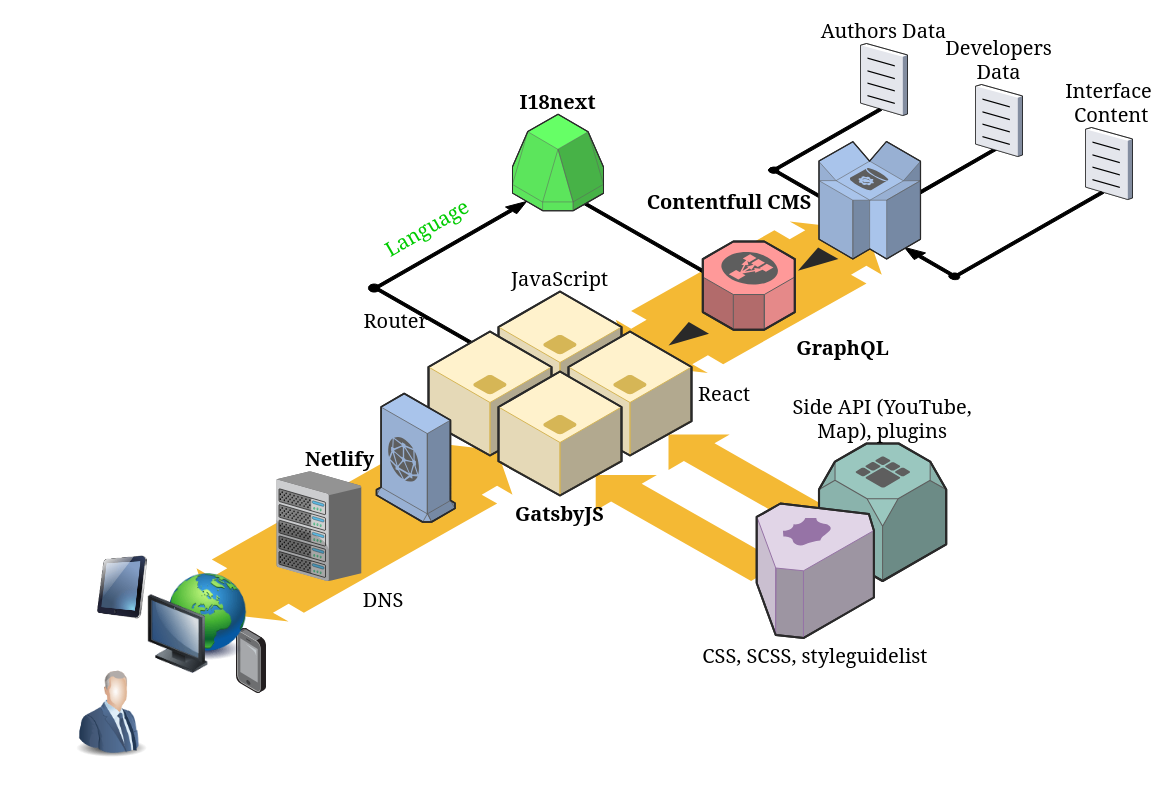
The draw.io diagram techno.drawio in Musmen/js-edu, before the edit. Source tidied: cells renumbered, new cells numbered last; positions are measured from the earlier drawing's top-left corner, leaving out a move shared by most shapes. Both pictures are drawn from the tidied source at 100%, with x=0, y=0 at pixel (66, 43).
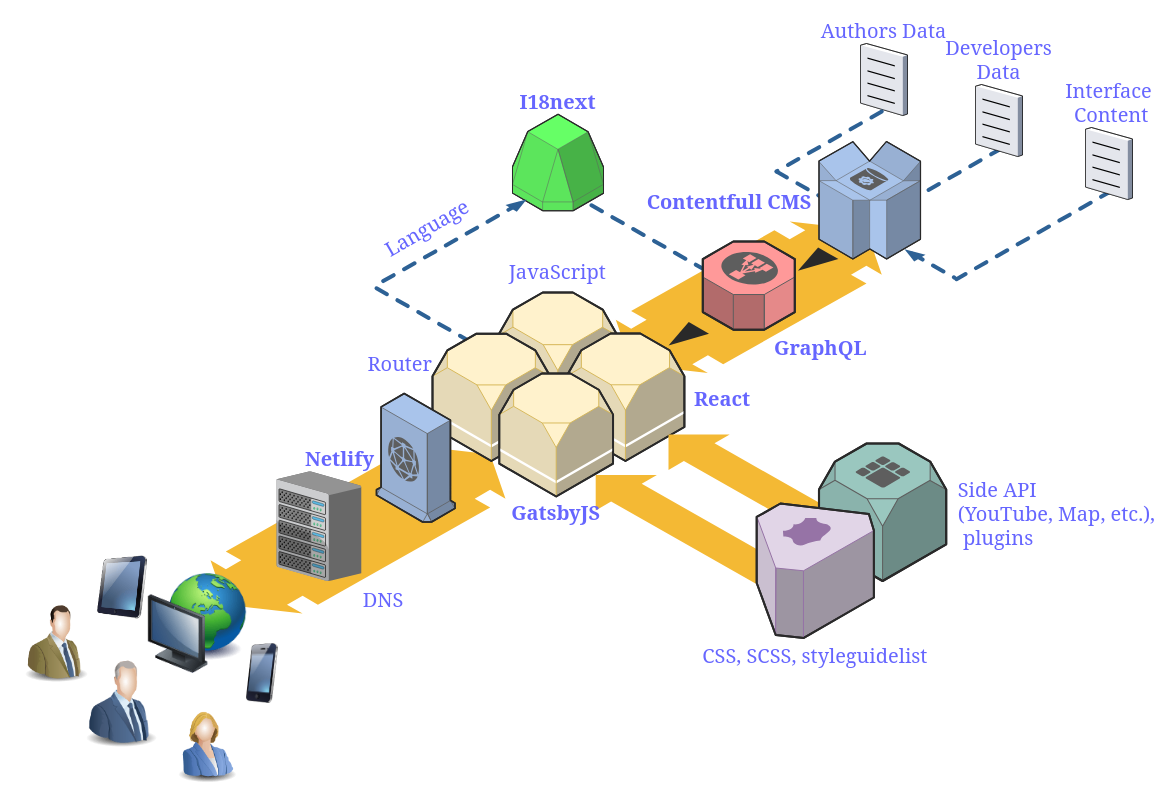
The same page after the edit.

Diff of the diagram source:
```diff
@@
-<mxGraphModel background="#ffffff">
+<mxGraphModel>
@@
+    <mxCell id="25" style="verticalLabelPosition=bottom;html=1;verticalAlign=top;strokeWidth=1;align=center;dashed=0;shape=mxgraph.aws3d.flatEdge;fillColor=#000000;fontFamily=Georgia;fontSize=20;fontColor=#6666FF;flipH=1;" parent="1" vertex="1">
+      <mxGeometry x="529.2" y="431.5" width="190.5" height="108.5" as="geometry" />
+    </mxCell>
+    <mxCell id="18" value="JavaScript&#10;" style="verticalLabelPosition=top;verticalAlign=bottom;strokeWidth=1;align=center;dashed=0;shape=mxgraph.aws3d.rds;fillColor=#fff2cc;strokeColor=#d6b656;labelBackgroundColor=none;fontFamily=Georgia;fontSize=20;fontColor=#6666FF;labelPosition=center;spacingTop=0;spacingBottom=-16;" parent="1" vertex="1">
+      <mxGeometry x="431.3" y="249" width="120" height="129.7" as="geometry" />
+    </mxCell>
+    <mxCell id="5" style="verticalLabelPosition=bottom;html=1;verticalAlign=top;strokeWidth=1;align=center;dashed=0;shape=mxgraph.aws3d.flatDoubleEdge;fillColor=#000000;fontFamily=Georgia;fontSize=20;fontColor=#6666FF;direction=west;flipH=1;" parent="1" vertex="1">
+      <mxGeometry x="549.3" y="178" width="266" height="151.5" as="geometry" />
+    </mxCell>
+    <mxCell id="20" value="React" style="verticalLabelPosition=middle;verticalAlign=middle;strokeWidth=1;align=left;dashed=0;shape=mxgraph.aws3d.rds;fillColor=#fff2cc;strokeColor=#d6b656;labelBackgroundColor=none;fontFamily=Georgia;fontSize=20;fontColor=#6666FF;spacing=0;spacingTop=0;spacingBottom=0;spacingRight=0;labelPosition=right;fontStyle=1;spacingLeft=10;" parent="1" vertex="1">
+      <mxGeometry x="500" y="290" width="117.9" height="127.5" as="geometry" />
+    </mxCell>
+    <mxCell id="4" style="verticalLabelPosition=bottom;html=1;verticalAlign=top;strokeWidth=1;align=center;dashed=0;shape=mxgraph.aws3d.flatDoubleEdge;fillColor=#000000;fontFamily=Georgia;fontSize=20;fontColor=#6666FF;direction=west;flipH=1;" parent="1" vertex="1">
+      <mxGeometry x="144" y="402" width="295" height="168" as="geometry" />
+    </mxCell>
+    <mxCell id="35" style="verticalLabelPosition=bottom;html=1;verticalAlign=top;strokeWidth=1;align=center;dashed=0;shape=mxgraph.aws3d.dashedArrowlessEdge;fillColor=#000000;shadow=0;labelBackgroundColor=none;fontFamily=Georgia;fontSize=20;fontColor=#6666FF;" parent="1" vertex="1">
+      <mxGeometry x="310" y="244.8" width="130" height="74" as="geometry" />
+    </mxCell>
+    <mxCell id="19" value="Router" style="verticalLabelPosition=middle;verticalAlign=middle;strokeWidth=1;align=right;dashed=0;shape=mxgraph.aws3d.rds;fillColor=#fff2cc;strokeColor=#d6b656;labelBackgroundColor=none;fontFamily=Georgia;fontSize=20;fontColor=#6666FF;spacing=0;spacingTop=0;spacingBottom=70;spacingRight=0;labelPosition=left;" parent="1" vertex="1">
+      <mxGeometry x="366" y="290.2" width="117.7" height="127.3" as="geometry" />
+    </mxCell>
+    <mxCell id="36" style="verticalLabelPosition=bottom;html=1;verticalAlign=top;strokeWidth=1;align=center;dashed=0;shape=mxgraph.aws3d.dashedArrowlessEdge;fillColor=#000000;shadow=0;labelBackgroundColor=none;fontFamily=Georgia;fontSize=20;fontColor=#6666FF;flipH=1;" parent="1" vertex="1">
+      <mxGeometry x="890" y="147.4" width="155" height="88.3" as="geometry" />
+    </mxCell>
+    <mxCell id="37" style="verticalLabelPosition=bottom;html=1;verticalAlign=top;strokeWidth=1;align=center;dashed=0;shape=mxgraph.aws3d.dashedArrowlessEdge;fillColor=#000000;shadow=0;labelBackgroundColor=none;fontFamily=Georgia;fontSize=20;fontColor=#6666FF;flipH=1;" parent="1" vertex="1">
+      <mxGeometry x="810" y="104.9" width="125" height="71.2" as="geometry" />
+    </mxCell>
+    <mxCell id="38" style="verticalLabelPosition=bottom;html=1;verticalAlign=top;strokeWidth=1;align=center;dashed=0;shape=mxgraph.aws3d.dashedArrowlessEdge;fillColor=#000000;shadow=0;labelBackgroundColor=none;fontFamily=Georgia;fontSize=20;fontColor=#6666FF;" parent="1" vertex="1">
+      <mxGeometry x="710" y="128" width="51.6" height="29.4" as="geometry" />
+    </mxCell>
+    <mxCell id="39" style="verticalLabelPosition=bottom;html=1;verticalAlign=top;strokeWidth=1;align=center;dashed=0;shape=mxgraph.aws3d.dashedArrowlessEdge;fillColor=#000000;shadow=0;labelBackgroundColor=none;fontFamily=Georgia;fontSize=20;fontColor=#6666FF;" parent="1" vertex="1">
+      <mxGeometry x="525" y="161.8" width="130" height="74" as="geometry" />
+    </mxCell>
-    <mxCell id="2" style="verticalLabelPosition=bottom;html=1;verticalAlign=top;strokeWidth=1;align=center;dashed=0;shape=mxgraph.aws3d.flatEdge;fillColor=#000000;fontFamily=Georgia;fontSize=20;fontColor=#66FF66;flipH=1;" parent="1" vertex="1">
+    <mxCell id="2" style="verticalLabelPosition=bottom;html=1;verticalAlign=top;strokeWidth=1;align=center;dashed=0;shape=mxgraph.aws3d.flatEdge;fillColor=#000000;fontFamily=Georgia;fontSize=20;fontColor=#6666FF;flipH=1;" parent="1" vertex="1">
       <mxGeometry x="602" y="391" width="186.1" height="106" as="geometry" />
     </mxCell>
-    <mxCell id="3" value="Side API (YouTube,&#10;Map), plugins" style="verticalLabelPosition=top;verticalAlign=bottom;strokeWidth=1;align=center;dashed=0;shape=mxgraph.aws3d.elasticMapReduce;fillColor=#9AC7BF;strokeColor=#5E5E5E;shadow=0;labelBackgroundColor=none;fontFamily=Georgia;fontSize=20;fontColor=#000000;labelPosition=center;spacingTop=0;" parent="1" vertex="1">
+    <mxCell id="3" value="Side API&#10;(YouTube, Map, etc.),&#10; plugins" style="verticalLabelPosition=middle;verticalAlign=middle;strokeWidth=1;align=left;dashed=0;shape=mxgraph.aws3d.elasticMapReduce;fillColor=#9AC7BF;strokeColor=#5E5E5E;shadow=0;labelBackgroundColor=none;fontFamily=Georgia;fontSize=20;fontColor=#6666FF;labelPosition=right;spacingTop=0;spacingLeft=10;" parent="1" vertex="1">
       <mxGeometry x="752.5" y="400" width="127.2" height="137.5" as="geometry" />
     </mxCell>
-    <mxCell id="4" style="verticalLabelPosition=bottom;html=1;verticalAlign=top;strokeWidth=1;align=center;dashed=0;shape=mxgraph.aws3d.flatDoubleEdge;fillColor=#000000;fontFamily=Georgia;fontSize=20;fontColor=#A680B8;direction=west;flipH=1;" parent="1" vertex="1">
-      <mxGeometry x="130" y="398" width="316" height="180" as="geometry" />
-    </mxCell>
-    <mxCell id="5" style="verticalLabelPosition=bottom;html=1;verticalAlign=top;strokeWidth=1;align=center;dashed=0;shape=mxgraph.aws3d.flatDoubleEdge;fillColor=#000000;fontFamily=Georgia;fontSize=20;fontColor=#A680B8;direction=west;flipH=1;" parent="1" vertex="1">
-      <mxGeometry x="549.3" y="178" width="266" height="151.5" as="geometry" />
-    </mxCell>
-    <mxCell id="6" style="verticalLabelPosition=bottom;html=1;verticalAlign=top;strokeWidth=1;align=center;dashed=0;shape=mxgraph.aws3d.arrowSE;fillColor=#000000;fontFamily=Georgia;fontSize=20;fontColor=#000000;" parent="1" vertex="1">
-      <mxGeometry x="510.9" y="156" width="161" height="92" as="geometry" />
-    </mxCell>
-    <mxCell id="7" style="verticalLabelPosition=bottom;html=1;verticalAlign=top;strokeWidth=1;align=center;dashed=0;shape=mxgraph.aws3d.arrowSE;fillColor=#000000;fontFamily=Georgia;fontSize=20;fontColor=#000000;" parent="1" vertex="1">
-      <mxGeometry x="302" y="240.8" width="152.7" height="87.2" as="geometry" />
-    </mxCell>
-    <mxCell id="8" style="verticalLabelPosition=bottom;html=1;verticalAlign=top;strokeWidth=1;align=center;dashed=0;shape=mxgraph.aws3d.arrowSW;fillColor=#000000;fontFamily=Georgia;fontSize=20;fontColor=#A680B8;" parent="1" vertex="1">
-      <mxGeometry x="832" y="101.1" width="105.5" height="60.3" as="geometry" />
-    </mxCell>
-    <mxCell id="9" style="verticalLabelPosition=bottom;html=1;verticalAlign=top;strokeWidth=1;align=center;dashed=0;shape=mxgraph.aws3d.arrowSE;fillColor=#000000;fontFamily=Georgia;fontSize=20;" parent="1" vertex="1">
-      <mxGeometry x="702" y="123.8" width="105.3" height="60.2" as="geometry" />
-    </mxCell>
-    <mxCell id="10" value="Authors Data" style="verticalLabelPosition=top;verticalAlign=bottom;strokeColor=none;align=center;shape=mxgraph.citrix.document;fillColor=#99FFFF;fontFamily=Georgia;fontSize=20;labelPosition=center;" parent="1" vertex="1">
+    <mxCell id="10" value="Authors Data" style="verticalLabelPosition=top;verticalAlign=bottom;strokeColor=none;align=center;shape=mxgraph.citrix.document;fillColor=#99FFFF;fontFamily=Georgia;fontSize=20;labelPosition=center;fontColor=#6666FF;" parent="1" vertex="1">
       <mxGeometry x="794" width="47" height="72" as="geometry" />
     </mxCell>
-    <mxCell id="11" value="Developers&#10;Data" style="verticalLabelPosition=top;verticalAlign=bottom;strokeColor=none;align=center;shape=mxgraph.citrix.document;fillColor=#99FFFF;fontFamily=Georgia;fontSize=20;horizontal=1;labelPosition=center;" parent="1" vertex="1">
+    <mxCell id="11" value="Developers&#10;Data" style="verticalLabelPosition=top;verticalAlign=bottom;strokeColor=none;align=center;shape=mxgraph.citrix.document;fillColor=#99FFFF;fontFamily=Georgia;fontSize=20;horizontal=1;labelPosition=center;fontColor=#6666FF;" parent="1" vertex="1">
       <mxGeometry x="909" y="41" width="47" height="72" as="geometry" />
     </mxCell>
-    <mxCell id="12" value="Interface&#10; Content" style="verticalLabelPosition=top;verticalAlign=bottom;strokeColor=none;align=center;shape=mxgraph.citrix.document;fillColor=#99FFFF;fontFamily=Georgia;fontSize=20;horizontal=1;labelPosition=center;" parent="1" vertex="1">
+    <mxCell id="12" value="Interface&#10; Content" style="verticalLabelPosition=top;verticalAlign=bottom;strokeColor=none;align=center;shape=mxgraph.citrix.document;fillColor=#99FFFF;fontFamily=Georgia;fontSize=20;horizontal=1;labelPosition=center;fontColor=#6666FF;" parent="1" vertex="1">
       <mxGeometry x="1019" y="84" width="47" height="72" as="geometry" />
     </mxCell>
-    <mxCell id="13" style="verticalLabelPosition=bottom;html=1;verticalAlign=top;strokeWidth=1;align=center;dashed=0;shape=mxgraph.aws3d.arrowlessNE;fillColor=#000000;fontFamily=Georgia;fontSize=20;" parent="1" vertex="1">
-      <mxGeometry x="702" y="65" width="113.3" height="64.5" as="geometry" />
-    </mxCell>
-    <mxCell id="14" style="verticalLabelPosition=bottom;html=1;verticalAlign=top;strokeWidth=1;align=center;dashed=0;shape=mxgraph.aws3d.arrowlessNE;fillColor=#000000;fontFamily=Georgia;fontSize=20;" parent="1" vertex="1">
-      <mxGeometry x="883" y="148" width="154.3" height="87.9" as="geometry" />
-    </mxCell>
-    <mxCell id="15" style="verticalLabelPosition=bottom;html=1;verticalAlign=top;strokeWidth=1;align=center;dashed=0;shape=mxgraph.aws3d.arrowNW;fillColor=#000000;fontFamily=Georgia;fontSize=20;fontColor=#A680B8;" parent="1" vertex="1">
-      <mxGeometry x="838" y="203.9" width="54.5" height="31.1" as="geometry" />
-    </mxCell>
-    <mxCell id="16" value="Contentfull CMS" style="verticalLabelPosition=middle;verticalAlign=middle;strokeWidth=1;align=right;dashed=0;shape=mxgraph.aws3d.dynamoDb;fillColor=#A9C4EB;strokeColor=#5E5E5E;fontFamily=Georgia;fontSize=20;labelPosition=left;spacingRight=5;fontStyle=1;" parent="1" vertex="1">
+    <mxCell id="16" value="Contentfull CMS" style="verticalLabelPosition=middle;verticalAlign=middle;strokeWidth=1;align=right;dashed=0;shape=mxgraph.aws3d.dynamoDb;fillColor=#A9C4EB;strokeColor=#5E5E5E;fontFamily=Georgia;fontSize=20;labelPosition=left;spacingRight=5;fontStyle=1;fontColor=#6666FF;" parent="1" vertex="1">
       <mxGeometry x="752.5" y="98" width="101.5" height="117.4" as="geometry" />
     </mxCell>
-    <mxCell id="17" value="GraphQL" style="verticalLabelPosition=bottom;verticalAlign=top;strokeWidth=1;align=left;dashed=0;shape=mxgraph.aws3d.elasticLoadBalancing;fillColor=#FF9999;strokeColor=#5E5E5E;fontFamily=Georgia;fontSize=20;fontColor=#000000;flipH=1;flipV=1;rotation=0;direction=west;labelPosition=right;spacingRight=0;fontStyle=1;" parent="1" vertex="1">
+    <mxCell id="17" value="GraphQL" style="verticalLabelPosition=bottom;verticalAlign=top;strokeWidth=1;align=center;dashed=0;shape=mxgraph.aws3d.elasticLoadBalancing;fillColor=#FF9999;strokeColor=#5E5E5E;fontFamily=Georgia;fontSize=20;fontColor=#6666FF;flipH=1;flipV=1;rotation=0;direction=west;labelPosition=right;spacingRight=40;fontStyle=1;" parent="1" vertex="1">
       <mxGeometry x="636.3" y="198" width="92" height="88.2" as="geometry" />
     </mxCell>
-    <mxCell id="18" value="JavaScript" style="verticalLabelPosition=top;verticalAlign=bottom;strokeWidth=1;align=center;dashed=0;shape=mxgraph.aws3d.application_server;fillColor=#fff2cc;strokeColor=#d6b656;fontFamily=Georgia;fontSize=20;labelPosition=center;" parent="1" vertex="1">
-      <mxGeometry x="432" y="248" width="123" height="124" as="geometry" />
-    </mxCell>
-    <mxCell id="19" value="Router" style="verticalLabelPosition=top;verticalAlign=bottom;strokeWidth=1;align=right;dashed=0;shape=mxgraph.aws3d.application_server;fillColor=#fff2cc;strokeColor=#d6b656;fontFamily=Georgia;fontSize=20;labelPosition=left;spacingRight=0;horizontal=1;spacingTop=0;spacing=0;" parent="1" vertex="1">
-      <mxGeometry x="362" y="288" width="123" height="124" as="geometry" />
-    </mxCell>
-    <mxCell id="20" value="React" style="verticalLabelPosition=middle;html=1;verticalAlign=middle;strokeWidth=1;align=left;dashed=0;shape=mxgraph.aws3d.application_server;fillColor=#fff2cc;strokeColor=#d6b656;fontFamily=Georgia;fontSize=20;labelPosition=right;spacingLeft=5;" parent="1" vertex="1">
-      <mxGeometry x="502" y="288" width="123" height="124" as="geometry" />
-    </mxCell>
-    <mxCell id="21" style="verticalLabelPosition=bottom;html=1;verticalAlign=top;strokeWidth=1;align=center;dashed=0;shape=mxgraph.aws3d.arrowhead;fillColor=#A9C4EB;fontFamily=Georgia;fontSize=20;fontColor=#000000;flipH=0;flipV=1;" parent="1" vertex="1">
+    <mxCell id="21" style="verticalLabelPosition=bottom;html=1;verticalAlign=top;strokeWidth=1;align=center;dashed=0;shape=mxgraph.aws3d.arrowhead;fillColor=#A9C4EB;fontFamily=Georgia;fontSize=20;fontColor=#6666FF;flipH=0;flipV=1;" parent="1" vertex="1">
       <mxGeometry x="731.4" y="203.9" width="40.5" height="23.4" as="geometry" />
     </mxCell>
-    <mxCell id="22" style="verticalLabelPosition=bottom;html=1;verticalAlign=top;strokeWidth=1;align=center;dashed=0;shape=mxgraph.aws3d.arrowhead;fillColor=#A9C4EB;fontFamily=Georgia;fontSize=20;fontColor=#000000;flipH=0;flipV=1;" parent="1" vertex="1">
+    <mxCell id="22" style="verticalLabelPosition=bottom;html=1;verticalAlign=top;strokeWidth=1;align=center;dashed=0;shape=mxgraph.aws3d.arrowhead;fillColor=#A9C4EB;fontFamily=Georgia;fontSize=20;fontColor=#6666FF;flipH=0;flipV=1;" parent="1" vertex="1">
       <mxGeometry x="602" y="278.6" width="40.5" height="23.4" as="geometry" />
     </mxCell>
-    <mxCell id="23" value="I18next" style="verticalLabelPosition=top;verticalAlign=bottom;strokeWidth=1;align=center;dashed=0;shape=mxgraph.aws3d.glacier;fillColor=#66FF66;strokeColor=#5E5E5E;fontFamily=Georgia;fontSize=20;fontColor=#000000;labelPosition=center;fontStyle=1;" parent="1" vertex="1">
+    <mxCell id="23" value="I18next" style="verticalLabelPosition=top;verticalAlign=bottom;strokeWidth=1;align=center;dashed=0;shape=mxgraph.aws3d.glacier;fillColor=#66FF66;strokeColor=#5E5E5E;fontFamily=Georgia;fontSize=20;fontColor=#6666FF;labelPosition=center;fontStyle=1;" parent="1" vertex="1">
       <mxGeometry x="446" y="70.7" width="91" height="96.5" as="geometry" />
     </mxCell>
-    <mxCell id="24" style="verticalLabelPosition=bottom;html=1;verticalAlign=top;strokeWidth=1;align=center;dashed=0;shape=mxgraph.aws3d.arrowNE;fillColor=#000000;fontFamily=Georgia;fontSize=20;fontColor=#000000;" parent="1" vertex="1">
-      <mxGeometry x="302" y="158" width="158" height="90.3" as="geometry" />
-    </mxCell>
-    <mxCell id="25" style="verticalLabelPosition=bottom;html=1;verticalAlign=top;strokeWidth=1;align=center;dashed=0;shape=mxgraph.aws3d.flatEdge;fillColor=#000000;fontFamily=Georgia;fontSize=20;fontColor=#66FF66;flipH=1;" parent="1" vertex="1">
-      <mxGeometry x="529.2" y="431.5" width="186.1" height="106" as="geometry" />
-    </mxCell>
-    <mxCell id="26" value="CSS, SCSS, styleguidelist" style="verticalLabelPosition=bottom;verticalAlign=top;strokeWidth=1;align=center;dashed=0;shape=mxgraph.aws3d.route53;fillColor=#e1d5e7;strokeColor=#9673a6;fontFamily=Georgia;fontSize=20;flipH=1;" parent="1" vertex="1">
+    <mxCell id="26" value="CSS, SCSS, styleguidelist" style="verticalLabelPosition=bottom;verticalAlign=top;strokeWidth=1;align=center;dashed=0;shape=mxgraph.aws3d.route53;fillColor=#e1d5e7;strokeColor=#9673a6;fontFamily=Georgia;fontSize=20;flipH=1;fontColor=#6666FF;" parent="1" vertex="1">
       <mxGeometry x="690.2" y="460" width="117.2" height="134.4" as="geometry" />
     </mxCell>
-    <mxCell id="27" value="Netlify" style="verticalLabelPosition=middle;verticalAlign=middle;strokeWidth=1;align=right;dashed=0;shape=mxgraph.aws3d.cloudfront;fillColor=#A9C4EB;strokeColor=#5E5E5E;fontFamily=Georgia;fontSize=20;fontColor=#000000;labelPosition=left;fontStyle=1;" parent="1" vertex="1">
+    <mxCell id="27" value="Netlify" style="verticalLabelPosition=middle;verticalAlign=middle;strokeWidth=1;align=right;dashed=0;shape=mxgraph.aws3d.cloudfront;fillColor=#A9C4EB;strokeColor=#5E5E5E;fontFamily=Georgia;fontSize=20;fontColor=#6666FF;labelPosition=left;fontStyle=1;" parent="1" vertex="1">
       <mxGeometry x="310" y="350" width="78.5" height="128.5" as="geometry" />
     </mxCell>
-    <mxCell id="28" value="DNS" style="verticalLabelPosition=bottom;verticalAlign=top;strokeColor=none;align=left;shape=mxgraph.citrix.chassis;fillColor=#A9C4EB;fontFamily=Georgia;fontSize=20;fontColor=#000000;labelPosition=right;" parent="1" vertex="1">
+    <mxCell id="28" value="DNS" style="verticalLabelPosition=bottom;verticalAlign=top;strokeColor=none;align=left;shape=mxgraph.citrix.chassis;fillColor=#A9C4EB;fontFamily=Georgia;fontSize=20;fontColor=#6666FF;labelPosition=right;" parent="1" vertex="1">
       <mxGeometry x="210" y="428" width="84.8" height="109.5" as="geometry" />
     </mxCell>
-    <mxCell id="29" style="html=1;align=center;shadow=0;dashed=0;image;image=img/lib/allied_telesis/computer_and_terminals/Smartphone.svg;fillColor=#A9C4EB;fontFamily=Georgia;fontSize=20;fontColor=#000000;" parent="1" vertex="1">
-      <mxGeometry x="170" y="584.6" width="30" height="65.5" as="geometry" />
-    </mxCell>
-    <mxCell id="30" style="image;html=1;labelBackgroundColor=#ffffff;image=img/lib/clip_art/computers/Network_128x128.png;fillColor=#A9C4EB;fontFamily=Georgia;fontSize=20;fontColor=#000000;align=left;direction=east;flipH=1;" parent="1" vertex="1">
+    <mxCell id="30" style="image;html=1;labelBackgroundColor=#ffffff;image=img/lib/clip_art/computers/Network_128x128.png;fillColor=#A9C4EB;fontFamily=Georgia;fontSize=20;fontColor=#6666FF;align=left;direction=east;flipH=1;" parent="1" vertex="1">
       <mxGeometry x="60" y="530" width="140" height="100" as="geometry" />
     </mxCell>
-    <mxCell id="31" style="image;html=1;labelBackgroundColor=#ffffff;image=img/lib/clip_art/computers/iPad_128x128.png;fillColor=#A9C4EB;fontFamily=Georgia;fontSize=20;fontColor=#000000;align=left;flipV=0;flipH=1;" parent="1" vertex="1">
+    <mxCell id="31" style="image;html=1;labelBackgroundColor=#ffffff;image=img/lib/clip_art/computers/iPad_128x128.png;fillColor=#A9C4EB;fontFamily=Georgia;fontSize=20;fontColor=#6666FF;align=left;flipV=0;flipH=1;" parent="1" vertex="1">
       <mxGeometry x="30" y="510" width="50" height="68" as="geometry" />
     </mxCell>
-    <mxCell id="32" style="image;html=1;labelBackgroundColor=#ffffff;image=img/lib/clip_art/people/Suit_Man_Blue_128x128.png;fillColor=#A9C4EB;fontFamily=Georgia;fontSize=20;fontColor=#000000;align=left;" parent="1" vertex="1">
-      <mxGeometry y="620" width="90" height="100" as="geometry" />
+    <mxCell id="32" style="image;html=1;labelBackgroundColor=#ffffff;image=img/lib/clip_art/people/Suit_Man_Blue_128x128.png;fillColor=#A9C4EB;fontFamily=Georgia;fontSize=20;fontColor=#6666FF;align=left;" parent="1" vertex="1">
+      <mxGeometry x="10" y="610" width="90" height="100" as="geometry" />
     </mxCell>
-    <mxCell id="33" value="Language" style="text;align=center;verticalAlign=middle;fontSize=20;fontFamily=Georgia;fontColor=#00CC00;rotation=330;strokeColor=none;shadow=0;labelBackgroundColor=none;" parent="1" vertex="1">
+    <mxCell id="33" value="Language" style="text;align=center;verticalAlign=middle;fontSize=20;fontFamily=Georgia;fontColor=#6666FF;rotation=330;strokeColor=none;shadow=0;labelBackgroundColor=none;" parent="1" vertex="1">
       <mxGeometry x="310" y="168" width="100" height="30" as="geometry" />
     </mxCell>
+    <mxCell id="40" style="image;html=1;labelBackgroundColor=#ffffff;image=img/lib/clip_art/telecommunication/iPhone_128x128.png;shadow=0;strokeColor=#000000;fillColor=#9AC7BF;fontFamily=Georgia;fontSize=20;fontColor=#6666FF;align=left;flipV=0;flipH=1;" parent="1" vertex="1">
+      <mxGeometry x="170" y="600" width="50" height="60" as="geometry" />
+    </mxCell>
+    <mxCell id="41" style="image;html=1;labelBackgroundColor=#ffffff;image=img/lib/clip_art/people/Suit_Woman_Blue_128x128.png;shadow=0;strokeColor=#000000;fillColor=#9AC7BF;fontFamily=Georgia;fontSize=20;fontColor=#6666FF;align=left;" parent="1" vertex="1">
+      <mxGeometry x="100" y="660" width="80" height="80" as="geometry" />
+    </mxCell>
+    <mxCell id="42" style="image;html=1;labelBackgroundColor=#ffffff;image=img/lib/clip_art/people/Suit_Man_Green_128x128.png;shadow=0;strokeColor=#000000;fillColor=#9AC7BF;fontFamily=Georgia;fontSize=20;fontColor=#6666FF;align=left;" parent="1" vertex="1">
+      <mxGeometry x="-50" y="560" width="80" height="80" as="geometry" />
+    </mxCell>
+    <mxCell id="43" style="verticalLabelPosition=bottom;html=1;verticalAlign=top;strokeWidth=1;align=center;dashed=0;shape=mxgraph.aws3d.dashedEdge;fillColor=#000000;shadow=0;labelBackgroundColor=none;fontFamily=Georgia;fontSize=20;fontColor=#6666FF;" parent="1" vertex="1">
+      <mxGeometry x="310" y="156" width="150" height="85.4" as="geometry" />
+    </mxCell>
+    <mxCell id="44" style="verticalLabelPosition=bottom;html=1;verticalAlign=top;strokeWidth=1;align=center;dashed=0;shape=mxgraph.aws3d.dashedArrowlessEdge;fillColor=#000000;shadow=0;labelBackgroundColor=none;fontFamily=Georgia;fontSize=20;fontColor=#6666FF;flipH=1;" parent="1" vertex="1">
+      <mxGeometry x="710" y="68" width="105.3" height="60" as="geometry" />
+    </mxCell>
+    <mxCell id="45" style="verticalLabelPosition=bottom;html=1;verticalAlign=top;strokeWidth=1;align=center;dashed=0;shape=mxgraph.aws3d.dashedEdge;fillColor=#000000;shadow=0;labelBackgroundColor=none;fontFamily=Georgia;fontSize=20;fontColor=#6666FF;flipV=0;flipH=1;" parent="1" vertex="1">
+      <mxGeometry x="838" y="205.7" width="50" height="28.5" as="geometry" />
+    </mxCell>
-    <mxCell id="34" value="GatsbyJS" style="verticalLabelPosition=bottom;verticalAlign=top;strokeWidth=1;align=center;dashed=0;shape=mxgraph.aws3d.application_server;fillColor=#fff2cc;strokeColor=#d6b656;fontFamily=Georgia;fontSize=20;fontStyle=1;" parent="1" vertex="1">
-      <mxGeometry x="432" y="328" width="123" height="124" as="geometry" />
+    <mxCell id="34" value="GatsbyJS" style="verticalLabelPosition=bottom;verticalAlign=top;strokeWidth=1;align=center;dashed=0;shape=mxgraph.aws3d.rds;fillColor=#fff2cc;strokeColor=#d6b656;labelBackgroundColor=none;fontFamily=Georgia;fontSize=20;fontColor=#6666FF;spacing=0;spacingTop=0;spacingBottom=70;spacingRight=0;labelPosition=center;fontStyle=1;" parent="1" vertex="1">
+      <mxGeometry x="432.8" y="330" width="113.8" height="123" as="geometry" />
     </mxCell>
```
